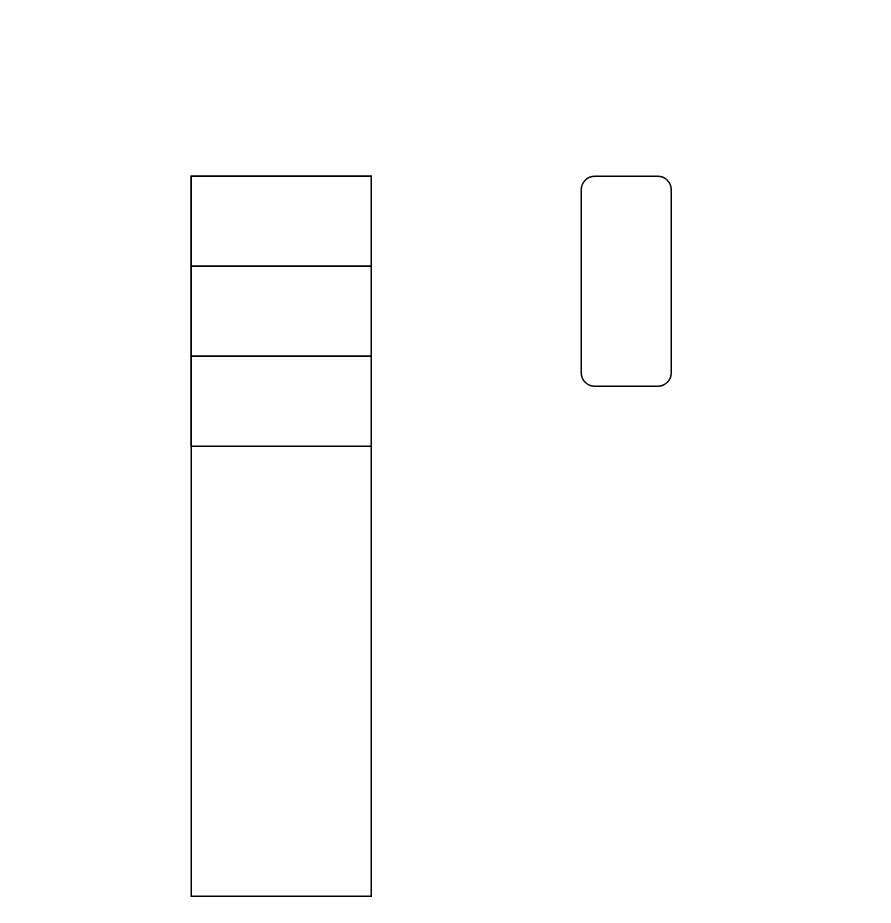
200928/image keeps this draw.io diagram as 吃货联盟订餐.drawio. Above is the earlier version. Source tidied: cells renumbered, new cells numbered last; positions are measured from the earlier drawing's top-left corner, leaving out a move shared by most shapes. Both pictures are drawn from the tidied source at 150%, with x=0, y=0 at pixel (190, 176).
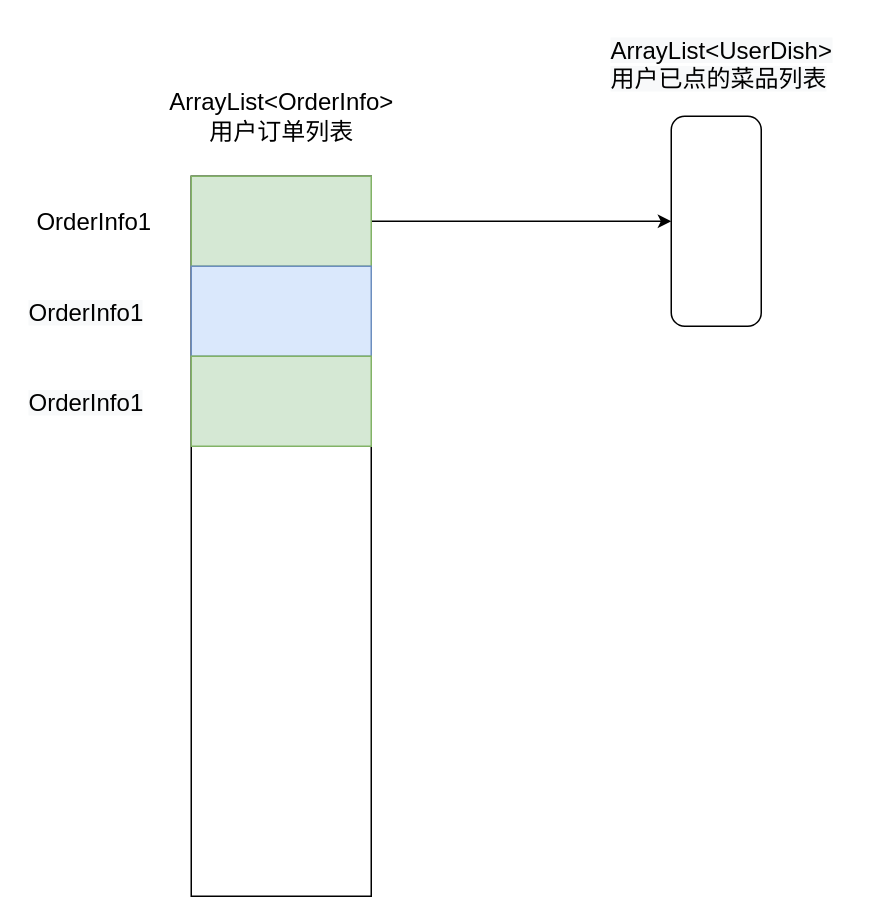
After the change.

Commit message (it also covers changes not shown here):
更新吃货联盟订餐.drawio

Diff of the diagram source:
```diff
@@
 <mxGraphModel>
   <root>
     <mxCell id="0" />
     <mxCell id="1" parent="0" />
     <mxCell id="2" style="rounded=0;whiteSpace=wrap;html=1;" parent="1" vertex="1">
       <mxGeometry width="120" height="480" as="geometry" />
     </mxCell>
+    <mxCell id="7" style="rounded=0;jettySize=auto;html=1;entryX=0;entryY=0.5;entryDx=0;entryDy=0;" parent="1" edge="1" source="3" target="6">
+      <mxGeometry relative="1" as="geometry" />
+    </mxCell>
-    <mxCell id="3" style="rounded=0;whiteSpace=wrap;html=1;" parent="1" vertex="1">
+    <mxCell id="3" style="rounded=0;whiteSpace=wrap;html=1;fillColor=#d5e8d4;strokeColor=#82b366;" parent="1" vertex="1">
       <mxGeometry width="120" height="60" as="geometry" />
     </mxCell>
-    <mxCell id="4" style="rounded=0;whiteSpace=wrap;html=1;" parent="1" vertex="1">
+    <mxCell id="4" style="rounded=0;whiteSpace=wrap;html=1;fillColor=#dae8fc;strokeColor=#6c8ebf;" parent="1" vertex="1">
       <mxGeometry y="60" width="120" height="60" as="geometry" />
     </mxCell>
-    <mxCell id="5" style="rounded=0;whiteSpace=wrap;html=1;" parent="1" vertex="1">
+    <mxCell id="5" style="rounded=0;whiteSpace=wrap;html=1;fillColor=#d5e8d4;strokeColor=#82b366;" parent="1" vertex="1">
       <mxGeometry y="120" width="120" height="60" as="geometry" />
     </mxCell>
     <mxCell id="6" style="rounded=1;whiteSpace=wrap;html=1;" parent="1" vertex="1">
-      <mxGeometry x="260" width="60" height="140" as="geometry" />
+      <mxGeometry x="320" y="-40" width="60" height="140" as="geometry" />
     </mxCell>
+    <mxCell id="8" value="&lt;span style=&quot;font-size: 16px;&quot;&gt;ArrayList&amp;lt;OrderInfo&amp;gt;&lt;br&gt;用户订单列表&lt;br&gt;&lt;/span&gt;" style="text;html=1;align=center;verticalAlign=middle;strokeColor=none;fillColor=none;" parent="1" vertex="1">
+      <mxGeometry x="-20" y="-60" width="160" height="40" as="geometry" />
+    </mxCell>
+    <mxCell id="9" value="&lt;span style=&quot;color: rgb(0, 0, 0); font-family: Helvetica; font-size: 16px; font-style: normal; font-variant-ligatures: normal; font-variant-caps: normal; font-weight: 400; letter-spacing: normal; orphans: 2; text-align: center; text-indent: 0px; text-transform: none; widows: 2; word-spacing: 0px; -webkit-text-stroke-width: 0px; background-color: rgb(248, 249, 250); text-decoration-thickness: initial; text-decoration-style: initial; text-decoration-color: initial; float: none; display: inline !important;&quot;&gt;ArrayList&amp;lt;UserDish&amp;gt;&lt;br&gt;用户已点的菜品列表&lt;br&gt;&lt;/span&gt;" style="text;whiteSpace=wrap;html=1;fontSize=16;" parent="1" vertex="1">
+      <mxGeometry x="277.5" y="-100" width="172.5" height="50" as="geometry" />
+    </mxCell>
+    <mxCell id="10" value="OrderInfo1" style="text;html=1;align=center;verticalAlign=middle;strokeColor=none;fillColor=none;fontSize=16;" parent="1" vertex="1">
+      <mxGeometry x="-110" y="20" width="90" height="20" as="geometry" />
+    </mxCell>
+    <mxCell id="11" value="&lt;span style=&quot;color: rgb(0, 0, 0); font-family: Helvetica; font-size: 16px; font-style: normal; font-variant-ligatures: normal; font-variant-caps: normal; font-weight: 400; letter-spacing: normal; orphans: 2; text-align: center; text-indent: 0px; text-transform: none; widows: 2; word-spacing: 0px; -webkit-text-stroke-width: 0px; background-color: rgb(248, 249, 250); text-decoration-thickness: initial; text-decoration-style: initial; text-decoration-color: initial; float: none; display: inline !important;&quot;&gt;OrderInfo1&lt;/span&gt;" style="text;whiteSpace=wrap;html=1;fontSize=16;" parent="1" vertex="1">
+      <mxGeometry x="-110" y="75" width="100" height="30" as="geometry" />
+    </mxCell>
+    <mxCell id="12" value="&lt;span style=&quot;color: rgb(0, 0, 0); font-family: Helvetica; font-size: 16px; font-style: normal; font-variant-ligatures: normal; font-variant-caps: normal; font-weight: 400; letter-spacing: normal; orphans: 2; text-align: center; text-indent: 0px; text-transform: none; widows: 2; word-spacing: 0px; -webkit-text-stroke-width: 0px; background-color: rgb(248, 249, 250); text-decoration-thickness: initial; text-decoration-style: initial; text-decoration-color: initial; float: none; display: inline !important;&quot;&gt;OrderInfo1&lt;/span&gt;" style="text;whiteSpace=wrap;html=1;fontSize=16;" parent="1" vertex="1">
+      <mxGeometry x="-110" y="135" width="100" height="30" as="geometry" />
+    </mxCell>
   </root>
 </mxGraphModel>
```
